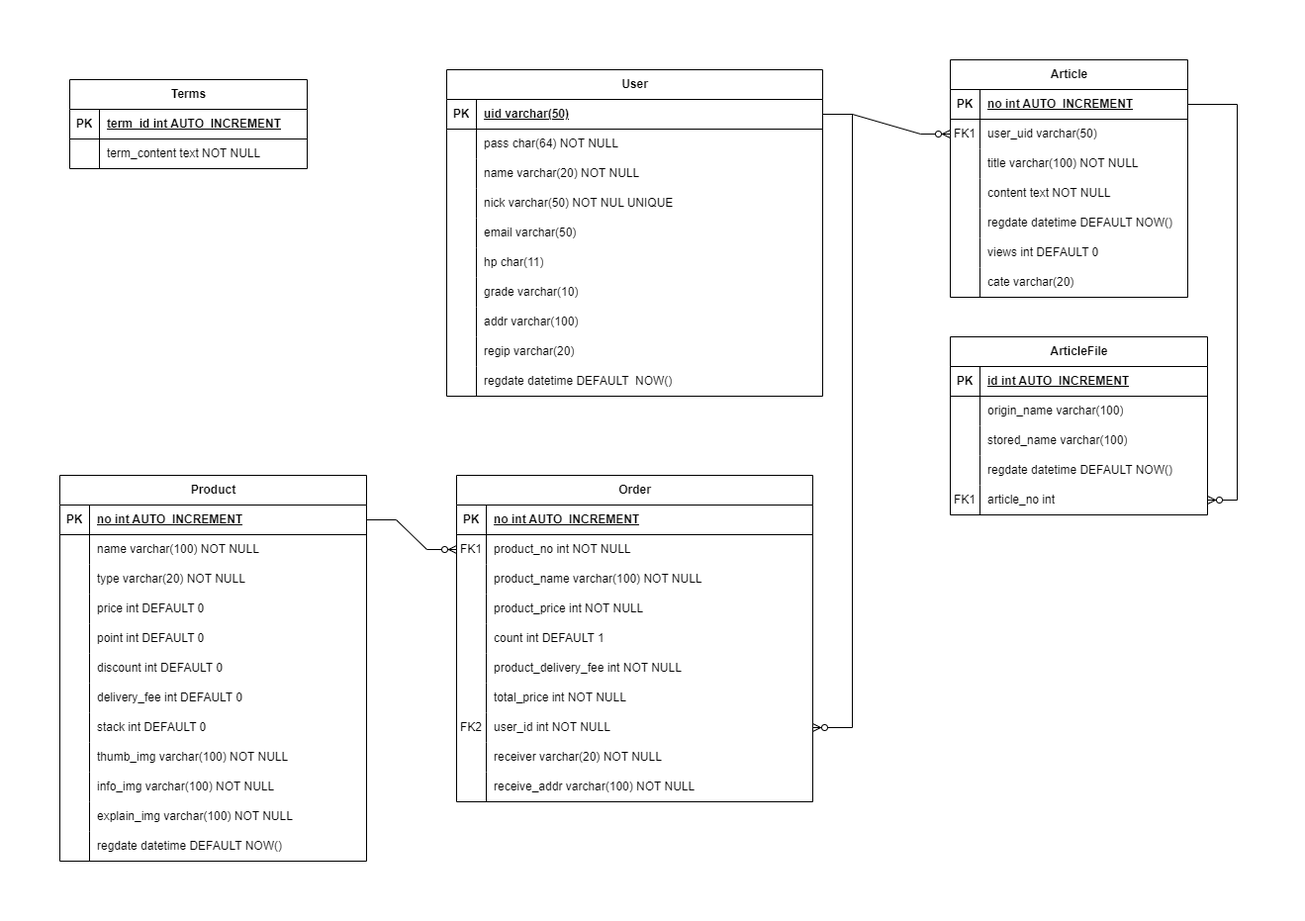
Earlier version of the draw.io export Farmstory_JSP/docs/FarmStory.drawio.png (Dangi90/team5). Source tidied: cells renumbered, new cells last; positions are measured from the earlier drawing's top-left corner, leaving out a move shared by most shapes.
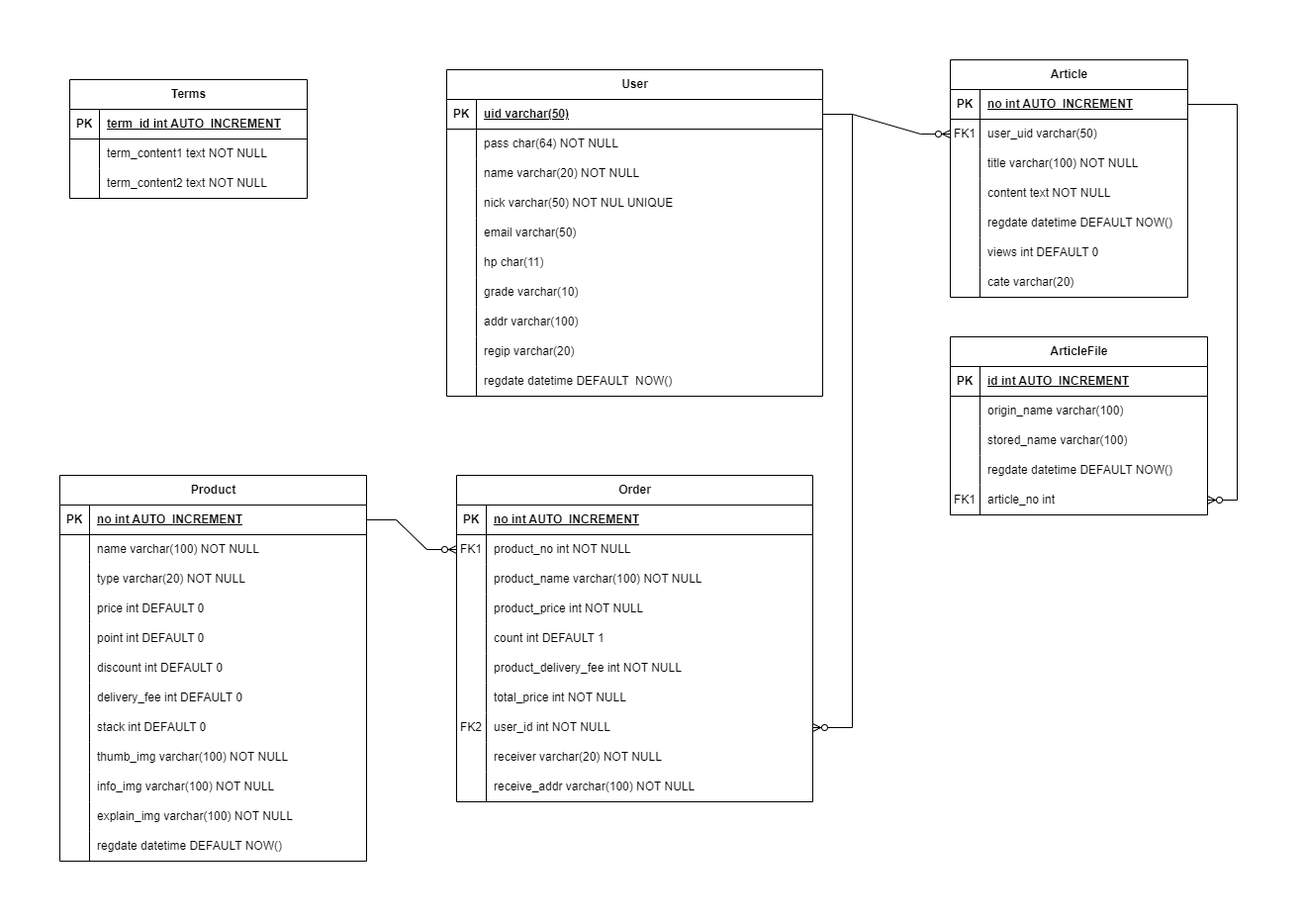
Later version of the same file.

Commit message:
erd terms 수정

The edit, as a diff of the source:
```diff
@@ -3,7 +3,7 @@
     <mxCell id="0" />
     <mxCell id="1" parent="0" />
     <mxCell id="2" value="Terms" style="shape=table;startSize=30;rowLines=0;fontStyle=1;align=center;html=1;" parent="1" vertex="1">
-      <mxGeometry x="10" y="20" width="240" height="90" as="geometry" />
+      <mxGeometry x="10" y="20" width="240" height="120" as="geometry" />
     </mxCell>
     <mxCell id="3" style="shape=tableRow;horizontal=0;startSize=0;swimlaneHead=0;swimlaneBody=0;fillColor=none;top=0;left=0;right=0;bottom=1;" parent="2" vertex="1">
       <mxGeometry y="30" width="240" height="30" as="geometry" />
@@ -20,9 +20,18 @@
     <mxCell id="7" style="shape=partialRectangle;fillColor=none;top=0;left=0;bottom=0;right=0;overflow=hidden;whiteSpace=wrap;html=1;" parent="6" vertex="1">
       <mxGeometry width="30" height="30" as="geometry" />
     </mxCell>
-    <mxCell id="8" value="term_content text NOT NULL" style="shape=partialRectangle;fillColor=none;top=0;left=0;bottom=0;right=0;align=left;spacingLeft=6;overflow=hidden;whiteSpace=wrap;html=1;" parent="6" vertex="1">
+    <mxCell id="8" value="term_content1 text NOT NULL" style="shape=partialRectangle;fillColor=none;top=0;left=0;bottom=0;right=0;align=left;spacingLeft=6;overflow=hidden;whiteSpace=wrap;html=1;" parent="6" vertex="1">
       <mxGeometry x="30" width="210" height="30" as="geometry" />
     </mxCell>
+    <mxCell id="150" style="shape=tableRow;horizontal=0;startSize=0;swimlaneHead=0;swimlaneBody=0;fillColor=none;top=0;left=0;right=0;bottom=0;" parent="2" vertex="1">
+      <mxGeometry y="90" width="240" height="30" as="geometry" />
+    </mxCell>
+    <mxCell id="151" style="shape=partialRectangle;fillColor=none;top=0;left=0;bottom=0;right=0;overflow=hidden;whiteSpace=wrap;html=1;" parent="150" vertex="1">
+      <mxGeometry width="30" height="30" as="geometry" />
+    </mxCell>
+    <mxCell id="152" value="term_content2 text NOT NULL" style="shape=partialRectangle;fillColor=none;top=0;left=0;bottom=0;right=0;align=left;spacingLeft=6;overflow=hidden;whiteSpace=wrap;html=1;" parent="150" vertex="1">
+      <mxGeometry x="30" width="210" height="30" as="geometry" />
+    </mxCell>
     <mxCell id="9" value="User" style="shape=table;startSize=30;rowLines=0;fontStyle=1;align=center;html=1;" parent="1" vertex="1">
       <mxGeometry x="391" y="10" width="380" height="330" as="geometry" />
     </mxCell>
```
